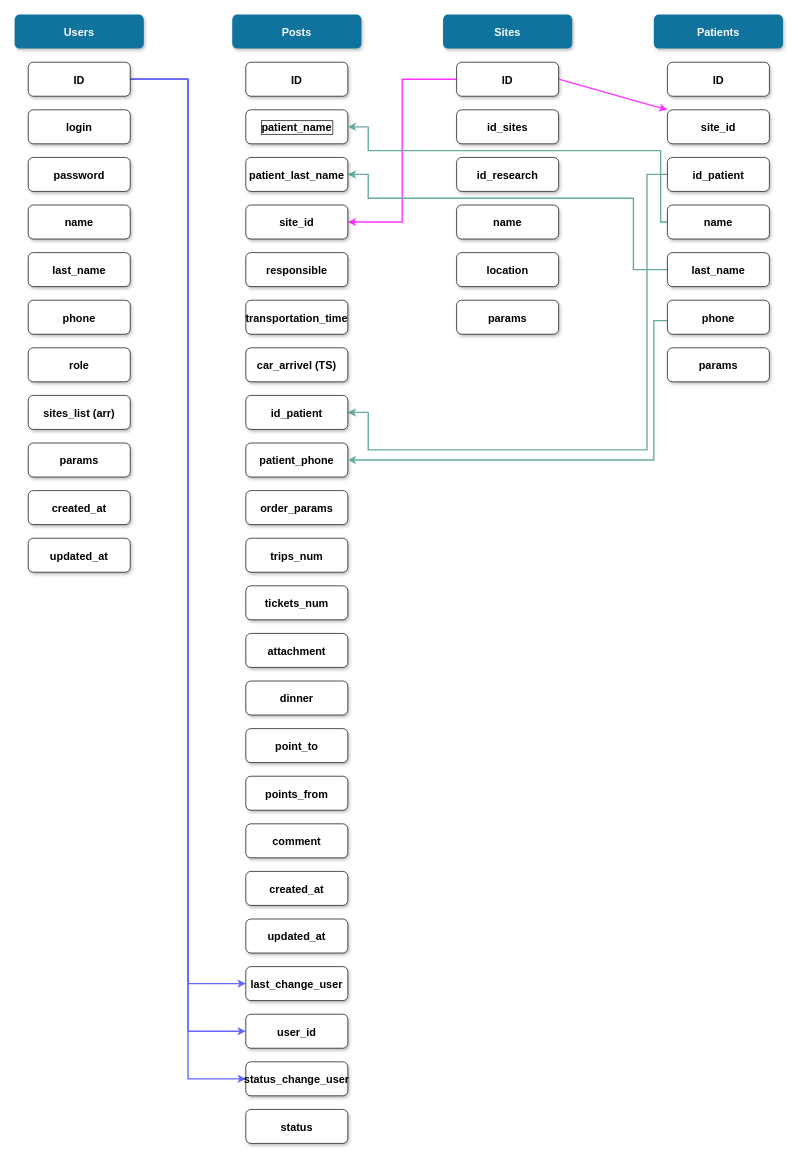
Before: DB Transfer medicore.drawio in alexdev5/js-vmpractice, a draw.io diagram. Source tidied: cells renumbered, new cells numbered last; positions are measured from the earlier drawing's top-left corner, leaving out a move shared by most shapes. Both pictures are drawn from the tidied source at 68%, with x=0, y=0 at pixel (14, 14).
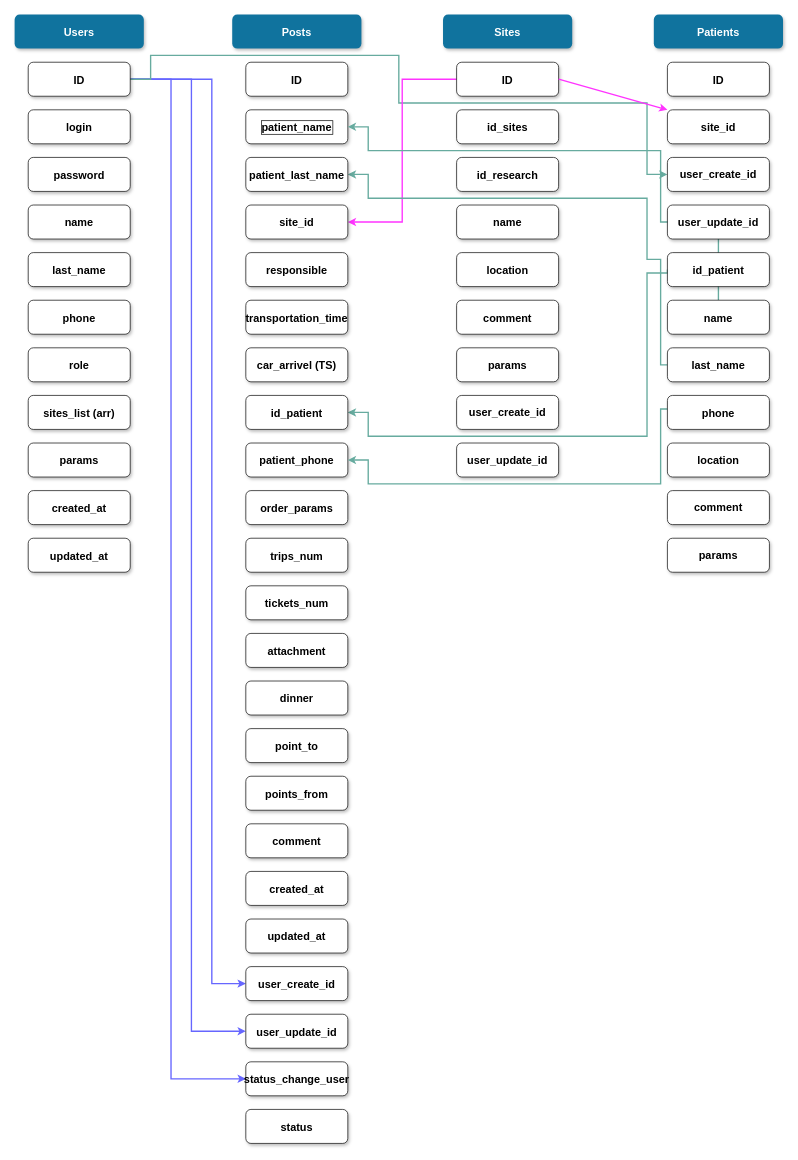
Above is the later version.

The change refers to these unchanged cells:
```xml
<mxCell id="8" value="ID" style="rounded=1;shadow=1;gradientColor=none;fontStyle=1;fontSize=16;spacing=2;labelBackgroundColor=none;" parent="1" vertex="1">
  <mxGeometry x="20" y="70" width="150" height="50" as="geometry" />
</mxCell>
<mxCell id="22" value="patient_phone" style="rounded=1;shadow=1;gradientColor=none;fontStyle=1;fontSize=16;spacing=2;labelBackgroundColor=none;" parent="1" vertex="1">
  <mxGeometry x="340" y="630" width="150" height="50" as="geometry" />
</mxCell>
<mxCell id="45" value="patient_last_name" style="rounded=1;shadow=1;gradientColor=none;fontStyle=1;fontSize=16;spacing=2;labelBackgroundColor=none;" parent="1" vertex="1">
  <mxGeometry x="340" y="210" width="150" height="50" as="geometry" />
</mxCell>
<mxCell id="48" value="id_patient" style="rounded=1;shadow=1;gradientColor=none;fontStyle=1;fontSize=16;spacing=2;labelBackgroundColor=none;" parent="1" vertex="1">
  <mxGeometry x="340" y="560" width="150" height="50" as="geometry" />
</mxCell>
<mxCell id="61" value="status_change_user" style="rounded=1;shadow=1;gradientColor=none;fontStyle=1;fontSize=16;spacing=2;labelBackgroundColor=none;" parent="1" vertex="1">
  <mxGeometry x="340" y="1540" width="150" height="50" as="geometry" />
</mxCell>
```

The edit, as a diff of the source:
```diff
@@
     <mxCell id="5" style="edgeStyle=orthogonalEdgeStyle;rounded=0;jettySize=auto;html=1;entryX=0;entryY=0.5;entryDx=0;entryDy=0;fontSize=16;fontColor=#3333FF;targetPerimeterSpacing=0;strokeWidth=2;strokeColor=#6666FF;" parent="1" edge="1" source="8" target="60">
-      <mxGeometry relative="1" as="geometry" />
+      <mxGeometry relative="1" as="geometry">
+        <Array as="points">
+          <mxPoint x="260" y="95" />
+          <mxPoint x="260" y="1495" />
+        </Array>
+      </mxGeometry>
     </mxCell>
     <mxCell id="6" style="edgeStyle=orthogonalEdgeStyle;rounded=0;jettySize=auto;html=1;entryX=0;entryY=0.5;entryDx=0;entryDy=0;fontSize=16;fontColor=#3333FF;targetPerimeterSpacing=0;strokeWidth=2;strokeColor=#6666FF;" parent="1" edge="1" source="8" target="61">
-      <mxGeometry relative="1" as="geometry" />
+      <mxGeometry relative="1" as="geometry">
+        <Array as="points">
+          <mxPoint x="230" y="95" />
+          <mxPoint x="230" y="1565" />
+        </Array>
+      </mxGeometry>
     </mxCell>
     <mxCell id="7" style="edgeStyle=orthogonalEdgeStyle;rounded=0;jettySize=auto;html=1;entryX=0;entryY=0.5;entryDx=0;entryDy=0;fontSize=16;fontColor=#3333FF;targetPerimeterSpacing=0;strokeColor=#6666FF;strokeWidth=2;" parent="1" edge="1" source="8" target="59">
-      <mxGeometry relative="1" as="geometry" />
+      <mxGeometry relative="1" as="geometry">
+        <Array as="points">
+          <mxPoint x="290" y="95" />
+          <mxPoint x="290" y="1425" />
+        </Array>
+      </mxGeometry>
     </mxCell>
+    <mxCell id="62" style="edgeStyle=orthogonalEdgeStyle;rounded=0;jettySize=auto;html=1;entryX=0;entryY=0.5;entryDx=0;entryDy=0;fillColor=#d5e8d4;strokeWidth=2;strokeColor=#67AB9F;" parent="1" edge="1" source="8" target="65">
+      <mxGeometry relative="1" as="geometry">
+        <Array as="points">
+          <mxPoint x="200" y="95" />
+          <mxPoint x="200" y="60" />
+          <mxPoint x="565" y="60" />
+          <mxPoint x="565" y="130" />
+          <mxPoint x="930" y="130" />
+          <mxPoint x="930" y="235" />
+        </Array>
+      </mxGeometry>
+    </mxCell>
@@
-    <mxCell id="29" value="params" style="rounded=1;shadow=1;gradientColor=none;fontStyle=1;fontSize=16;spacing=2;labelBackgroundColor=none;" parent="1" vertex="1">
+    <mxCell id="29" value="comment" style="rounded=1;shadow=1;gradientColor=none;fontStyle=1;fontSize=16;spacing=2;labelBackgroundColor=none;" parent="1" vertex="1">
       <mxGeometry x="650" y="420" width="150" height="50" as="geometry" />
     </mxCell>
@@
     <mxCell id="34" value="name" style="rounded=1;shadow=1;gradientColor=none;fontStyle=1;fontSize=16;spacing=2;labelBackgroundColor=none;" parent="1" vertex="1">
-      <mxGeometry x="960" y="280" width="150" height="50" as="geometry" />
+      <mxGeometry x="960" y="420" width="150" height="50" as="geometry" />
     </mxCell>
     <mxCell id="35" style="edgeStyle=orthogonalEdgeStyle;rounded=0;jettySize=auto;html=1;entryX=1;entryY=0.5;entryDx=0;entryDy=0;fontSize=16;fontColor=#3333FF;targetPerimeterSpacing=0;strokeColor=#67AB9F;strokeWidth=2;" parent="1" edge="1" source="36" target="45">
       <mxGeometry relative="1" as="geometry">
         <Array as="points">
-          <mxPoint x="910" y="375" />
-          <mxPoint x="910" y="270" />
+          <mxPoint x="950" y="515" />
+          <mxPoint x="950" y="360" />
+          <mxPoint x="930" y="360" />
+          <mxPoint x="930" y="270" />
           <mxPoint x="520" y="270" />
           <mxPoint x="520" y="235" />
         </Array>
       </mxGeometry>
     </mxCell>
     <mxCell id="36" value="last_name" style="rounded=1;shadow=1;gradientColor=none;fontStyle=1;fontSize=16;spacing=2;labelBackgroundColor=none;" parent="1" vertex="1">
-      <mxGeometry x="960" y="350" width="150" height="50" as="geometry" />
+      <mxGeometry x="960" y="490" width="150" height="50" as="geometry" />
     </mxCell>
     <mxCell id="37" style="edgeStyle=orthogonalEdgeStyle;rounded=0;jettySize=auto;html=1;entryX=1;entryY=0.5;entryDx=0;entryDy=0;fontSize=16;fontColor=#3333FF;targetPerimeterSpacing=0;strokeColor=#67AB9F;strokeWidth=2;" parent="1" edge="1" source="38" target="22">
       <mxGeometry relative="1" as="geometry">
         <Array as="points">
-          <mxPoint x="940" y="450" />
-          <mxPoint x="940" y="655" />
+          <mxPoint x="950" y="580" />
+          <mxPoint x="950" y="690" />
+          <mxPoint x="520" y="690" />
+          <mxPoint x="520" y="655" />
         </Array>
       </mxGeometry>
     </mxCell>
     <mxCell id="38" value="phone" style="rounded=1;shadow=1;gradientColor=none;fontStyle=1;fontSize=16;spacing=2;labelBackgroundColor=none;" parent="1" vertex="1">
-      <mxGeometry x="960" y="420" width="150" height="50" as="geometry" />
+      <mxGeometry x="960" y="560" width="150" height="50" as="geometry" />
     </mxCell>
     <mxCell id="39" style="edgeStyle=orthogonalEdgeStyle;rounded=0;jettySize=auto;html=1;entryX=1;entryY=0.5;entryDx=0;entryDy=0;fontSize=16;fontColor=#3333FF;strokeWidth=2;strokeColor=#67AB9F;targetPerimeterSpacing=0;exitX=0;exitY=0.5;exitDx=0;exitDy=0;" parent="1" edge="1" source="40" target="48">
       <mxGeometry relative="1" as="geometry">
         <Array as="points">
-          <mxPoint x="930" y="235" />
-          <mxPoint x="930" y="640" />
-          <mxPoint x="520" y="640" />
+          <mxPoint x="960" y="380" />
+          <mxPoint x="930" y="380" />
+          <mxPoint x="930" y="620" />
+          <mxPoint x="520" y="620" />
           <mxPoint x="520" y="585" />
         </Array>
       </mxGeometry>
     </mxCell>
     <mxCell id="40" value="id_patient" style="rounded=1;shadow=1;gradientColor=none;fontStyle=1;fontSize=16;spacing=2;labelBackgroundColor=none;" parent="1" vertex="1">
-      <mxGeometry x="960" y="210" width="150" height="50" as="geometry" />
+      <mxGeometry x="960" y="350" width="150" height="50" as="geometry" />
     </mxCell>
@@
-    <mxCell id="42" value="params" style="rounded=1;shadow=1;gradientColor=none;fontStyle=1;fontSize=16;spacing=2;labelBackgroundColor=none;whiteSpace=wrap;" parent="1" vertex="1">
-      <mxGeometry x="960" y="490" width="150" height="50" as="geometry" />
+    <mxCell id="42" value="comment" style="rounded=1;shadow=1;gradientColor=none;fontStyle=1;fontSize=16;spacing=2;labelBackgroundColor=none;whiteSpace=wrap;" parent="1" vertex="1">
+      <mxGeometry x="960" y="700" width="150" height="50" as="geometry" />
     </mxCell>
@@
-    <mxCell id="59" value="last_change_user" style="rounded=1;shadow=1;gradientColor=none;fontStyle=1;fontSize=16;spacing=2;labelBackgroundColor=none;" parent="1" vertex="1">
+    <mxCell id="59" value="user_create_id" style="rounded=1;shadow=1;gradientColor=none;fontStyle=1;fontSize=16;spacing=2;labelBackgroundColor=none;" parent="1" vertex="1">
       <mxGeometry x="340" y="1400" width="150" height="50" as="geometry" />
     </mxCell>
-    <mxCell id="60" value="user_id" style="rounded=1;shadow=1;gradientColor=none;fontStyle=1;fontSize=16;spacing=2;labelBackgroundColor=none;" parent="1" vertex="1">
+    <mxCell id="60" value="user_update_id" style="rounded=1;shadow=1;gradientColor=none;fontStyle=1;fontSize=16;spacing=2;labelBackgroundColor=none;" parent="1" vertex="1">
       <mxGeometry x="340" y="1470" width="150" height="50" as="geometry" />
     </mxCell>
@@
+    <mxCell id="63" value="params" style="rounded=1;shadow=1;gradientColor=none;fontStyle=1;fontSize=16;spacing=2;labelBackgroundColor=none;" parent="1" vertex="1">
+      <mxGeometry x="650" y="490" width="150" height="50" as="geometry" />
+    </mxCell>
+    <mxCell id="64" value="params" style="rounded=1;shadow=1;gradientColor=none;fontStyle=1;fontSize=16;spacing=2;labelBackgroundColor=none;whiteSpace=wrap;" parent="1" vertex="1">
+      <mxGeometry x="960" y="770" width="150" height="50" as="geometry" />
+    </mxCell>
+    <mxCell id="65" value="user_create_id" style="rounded=1;shadow=1;gradientColor=none;fontStyle=1;fontSize=16;spacing=2;labelBackgroundColor=none;whiteSpace=wrap;" parent="1" vertex="1">
+      <mxGeometry x="960" y="210" width="150" height="50" as="geometry" />
+    </mxCell>
+    <mxCell id="66" value="user_update_id" style="rounded=1;shadow=1;gradientColor=none;fontStyle=1;fontSize=16;spacing=2;labelBackgroundColor=none;whiteSpace=wrap;" parent="1" vertex="1">
+      <mxGeometry x="960" y="280" width="150" height="50" as="geometry" />
+    </mxCell>
+    <mxCell id="67" value="user_create_id" style="rounded=1;shadow=1;gradientColor=none;fontStyle=1;fontSize=16;spacing=2;labelBackgroundColor=none;whiteSpace=wrap;" parent="1" vertex="1">
+      <mxGeometry x="650" y="560" width="150" height="50" as="geometry" />
+    </mxCell>
+    <mxCell id="68" value="user_update_id" style="rounded=1;shadow=1;gradientColor=none;fontStyle=1;fontSize=16;spacing=2;labelBackgroundColor=none;whiteSpace=wrap;" parent="1" vertex="1">
+      <mxGeometry x="650" y="630" width="150" height="50" as="geometry" />
+    </mxCell>
+    <mxCell id="69" value="location" style="rounded=1;shadow=1;gradientColor=none;fontStyle=1;fontSize=16;spacing=2;labelBackgroundColor=none;" parent="1" vertex="1">
+      <mxGeometry x="960" y="630" width="150" height="50" as="geometry" />
+    </mxCell>
```
